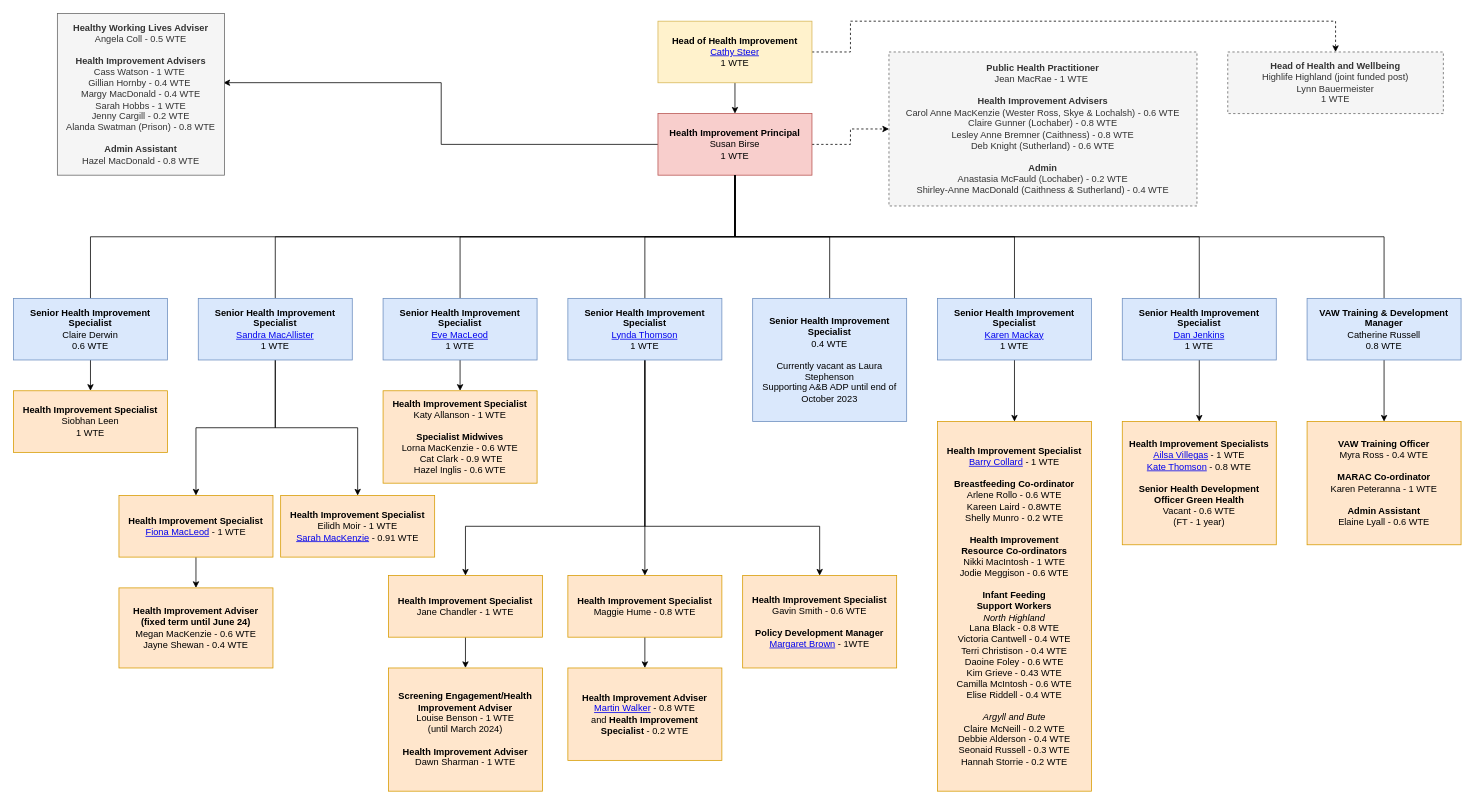
This is Untitled Diagram.drawio from barrycollard/staffOrgChart, a draw.io file, before an edit. Source tidied: cells renumbered, new cells numbered last; positions are measured from the earlier drawing's top-left corner, leaving out a move shared by most shapes. Both pictures are drawn from the tidied source at 77%, with x=0, y=0 at pixel (13, 13).
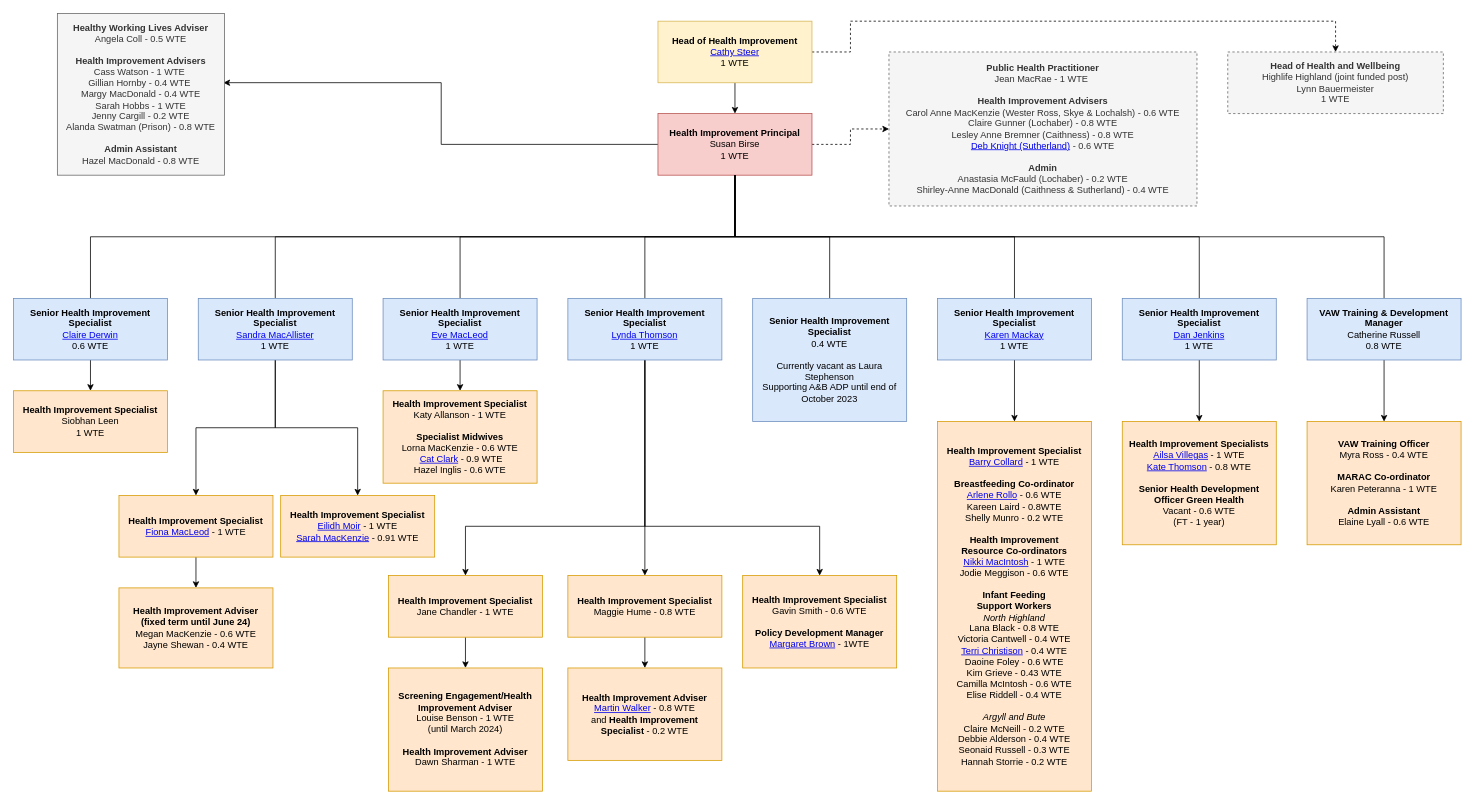
The same page after the edit.

Commit message:
More links added to names

What changed in the source:
```diff
@@
-    <mxCell id="11" value="&lt;div&gt;&lt;b&gt;Senior Health Improvement Specialist&lt;/b&gt;&lt;/div&gt;&lt;div&gt;Claire Derwin&lt;/div&gt;&lt;div&gt;0.6 WTE&lt;/div&gt;" style="rounded=0;whiteSpace=wrap;html=1;fillColor=#dae8fc;strokeColor=#6c8ebf;" parent="1" vertex="1">
+    <mxCell id="11" value="&lt;div&gt;&lt;b&gt;Senior Health Improvement Specialist&lt;/b&gt;&lt;/div&gt;&lt;div&gt;&lt;a href=&quot;https://nhshighland.publichealth.scot.nhs.uk/staff/claire-derwin/&quot;&gt;Claire Derwin&lt;/a&gt;&lt;/div&gt;&lt;div&gt;0.6 WTE&lt;/div&gt;" style="rounded=0;whiteSpace=wrap;html=1;fillColor=#dae8fc;strokeColor=#6c8ebf;" parent="1" vertex="1">
       <mxGeometry y="370" width="200" height="80" as="geometry" />
     </mxCell>
@@
-    <mxCell id="32" value="&lt;div&gt;&lt;b&gt;Health Improvement Specialist&lt;/b&gt;&lt;/div&gt;&lt;div&gt;Katy Allanson - 1 WTE&lt;/div&gt;&lt;div&gt;&lt;br&gt;&lt;/div&gt;&lt;div&gt;&lt;b&gt;Specialist Midwives&lt;/b&gt;&lt;/div&gt;&lt;div&gt;&lt;div&gt;Lorna MacKenzie - 0.6 WTE&lt;/div&gt;&lt;div&gt;&amp;nbsp;Cat Clark - 0.9 WTE&lt;/div&gt;&lt;div&gt;Hazel Inglis - 0.6 WTE&lt;/div&gt;&lt;/div&gt;" style="rounded=0;whiteSpace=wrap;html=1;fillColor=#ffe6cc;strokeColor=#d79b00;" parent="1" vertex="1">
+    <mxCell id="32" value="&lt;div&gt;&lt;b&gt;Health Improvement Specialist&lt;/b&gt;&lt;/div&gt;&lt;div&gt;Katy Allanson - 1 WTE&lt;/div&gt;&lt;div&gt;&lt;br&gt;&lt;/div&gt;&lt;div&gt;&lt;b&gt;Specialist Midwives&lt;/b&gt;&lt;/div&gt;&lt;div&gt;&lt;div&gt;Lorna MacKenzie - 0.6 WTE&lt;/div&gt;&lt;div&gt;&amp;nbsp;&lt;a href=&quot;https://nhshighland.publichealth.scot.nhs.uk/staff/cat-clark/&quot;&gt;Cat Clark&lt;/a&gt; - 0.9 WTE&lt;/div&gt;&lt;div&gt;Hazel Inglis - 0.6 WTE&lt;/div&gt;&lt;/div&gt;" style="rounded=0;whiteSpace=wrap;html=1;fillColor=#ffe6cc;strokeColor=#d79b00;" parent="1" vertex="1">
       <mxGeometry x="480" y="490" width="200" height="120" as="geometry" />
     </mxCell>
@@
-    <mxCell id="35" value="&lt;div&gt;&lt;b&gt;Health Improvement Specialist&lt;/b&gt;&lt;/div&gt;&lt;div&gt;&lt;a href=&quot;https://nhshighland.publichealth.scot.nhs.uk/staff/barry-collard/&quot;&gt;Barry Collard&lt;/a&gt; - 1 WTE&lt;/div&gt;&lt;div&gt;&lt;b&gt;&lt;br&gt;&lt;/b&gt;&lt;/div&gt;&lt;div&gt;&lt;b&gt;Breastfeeding Co-ordinator&lt;/b&gt;&lt;/div&gt;&lt;div&gt;Arlene Rollo - 0.6 WTE&lt;/div&gt;&lt;div&gt;&lt;div&gt;Kareen Laird - 0.8WTE&lt;/div&gt;&lt;div&gt;Shelly Munro - 0.2 WTE&lt;/div&gt;&lt;/div&gt;&lt;div&gt;&lt;b&gt;&lt;br&gt;&lt;/b&gt;&lt;/div&gt;&lt;b&gt;Health Improvement &lt;br&gt;Resource Co-ordinators&lt;/b&gt;&lt;br&gt;&lt;div&gt;Nikki MacIntosh - 1 WTE&lt;/div&gt;&lt;div&gt;Jodie Meggison - 0.6 WTE&lt;/div&gt;&lt;div&gt;&lt;b&gt;&lt;br&gt;&lt;/b&gt;&lt;/div&gt;&lt;div&gt;&lt;b&gt;Infant Feeding&lt;br&gt;Support Workers&lt;/b&gt;&lt;/div&gt;&lt;div&gt;&lt;div style=&quot;&quot;&gt;&lt;i&gt;North Highland&lt;/i&gt;&lt;/div&gt;&lt;div style=&quot;&quot;&gt;Lana Black - 0.8 WTE&lt;/div&gt;&lt;div style=&quot;&quot;&gt;Victoria Cantwell - 0.4 WTE&lt;/div&gt;&lt;div style=&quot;&quot;&gt;Terri Christison - 0.4 WTE&lt;/div&gt;&lt;div style=&quot;&quot;&gt;Daoine Foley - 0.6 WTE&lt;/div&gt;&lt;div style=&quot;&quot;&gt;Kim Grieve - 0.43 WTE&lt;/div&gt;&lt;div style=&quot;&quot;&gt;Camilla McIntosh - 0.6 WTE&lt;/div&gt;&lt;div style=&quot;&quot;&gt;Elise Riddell - 0.4 WTE&lt;/div&gt;&lt;div style=&quot;&quot;&gt;&lt;br&gt;&lt;/div&gt;&lt;div style=&quot;&quot;&gt;&lt;i&gt;Argyll and Bute&lt;/i&gt;&lt;/div&gt;&lt;div style=&quot;&quot;&gt;Claire&amp;nbsp;McNeill&amp;nbsp;- 0.2 WTE&lt;/div&gt;&lt;div style=&quot;&quot;&gt;Debbie Alderson - 0.4 WTE&lt;/div&gt;&lt;div style=&quot;&quot;&gt;Seonaid Russell - 0.3 WTE&lt;/div&gt;&lt;div style=&quot;&quot;&gt;Hannah Storrie - 0.2 WTE&lt;/div&gt;&lt;/div&gt;" style="rounded=0;whiteSpace=wrap;html=1;fillColor=#ffe6cc;strokeColor=#d79b00;" parent="1" vertex="1">
+    <mxCell id="35" value="&lt;div&gt;&lt;b&gt;Health Improvement Specialist&lt;/b&gt;&lt;/div&gt;&lt;div&gt;&lt;a href=&quot;https://nhshighland.publichealth.scot.nhs.uk/staff/barry-collard/&quot;&gt;Barry Collard&lt;/a&gt; - 1 WTE&lt;/div&gt;&lt;div&gt;&lt;b&gt;&lt;br&gt;&lt;/b&gt;&lt;/div&gt;&lt;div&gt;&lt;b&gt;Breastfeeding Co-ordinator&lt;/b&gt;&lt;/div&gt;&lt;div&gt;&lt;a href=&quot;https://nhshighland.publichealth.scot.nhs.uk/staff/arlene-rollo/&quot;&gt;Arlene Rollo&lt;/a&gt; - 0.6 WTE&lt;/div&gt;&lt;div&gt;&lt;div&gt;Kareen Laird - 0.8WTE&lt;/div&gt;&lt;div&gt;Shelly Munro - 0.2 WTE&lt;/div&gt;&lt;/div&gt;&lt;div&gt;&lt;b&gt;&lt;br&gt;&lt;/b&gt;&lt;/div&gt;&lt;b&gt;Health Improvement &lt;br&gt;Resource Co-ordinators&lt;/b&gt;&lt;br&gt;&lt;div&gt;&lt;a href=&quot;https://nhshighland.publichealth.scot.nhs.uk/staff/nicola-mcintosh-2/&quot;&gt;Nikki MacIntosh&lt;/a&gt; - 1 WTE&lt;/div&gt;&lt;div&gt;Jodie Meggison - 0.6 WTE&lt;/div&gt;&lt;div&gt;&lt;b&gt;&lt;br&gt;&lt;/b&gt;&lt;/div&gt;&lt;div&gt;&lt;b&gt;Infant Feeding&lt;br&gt;Support Workers&lt;/b&gt;&lt;/div&gt;&lt;div&gt;&lt;div style=&quot;&quot;&gt;&lt;i&gt;North Highland&lt;/i&gt;&lt;/div&gt;&lt;div style=&quot;&quot;&gt;Lana Black - 0.8 WTE&lt;/div&gt;&lt;div style=&quot;&quot;&gt;Victoria Cantwell - 0.4 WTE&lt;/div&gt;&lt;div style=&quot;&quot;&gt;&lt;a href=&quot;https://nhshighland.publichealth.scot.nhs.uk/staff/terri-christison/&quot;&gt;Terri Christison&lt;/a&gt; - 0.4 WTE&lt;/div&gt;&lt;div style=&quot;&quot;&gt;Daoine Foley - 0.6 WTE&lt;/div&gt;&lt;div style=&quot;&quot;&gt;Kim Grieve - 0.43 WTE&lt;/div&gt;&lt;div style=&quot;&quot;&gt;Camilla McIntosh - 0.6 WTE&lt;/div&gt;&lt;div style=&quot;&quot;&gt;Elise Riddell - 0.4 WTE&lt;/div&gt;&lt;div style=&quot;&quot;&gt;&lt;br&gt;&lt;/div&gt;&lt;div style=&quot;&quot;&gt;&lt;i&gt;Argyll and Bute&lt;/i&gt;&lt;/div&gt;&lt;div style=&quot;&quot;&gt;Claire&amp;nbsp;McNeill&amp;nbsp;- 0.2 WTE&lt;/div&gt;&lt;div style=&quot;&quot;&gt;Debbie Alderson - 0.4 WTE&lt;/div&gt;&lt;div style=&quot;&quot;&gt;Seonaid Russell - 0.3 WTE&lt;/div&gt;&lt;div style=&quot;&quot;&gt;Hannah Storrie - 0.2 WTE&lt;/div&gt;&lt;/div&gt;" style="rounded=0;whiteSpace=wrap;html=1;fillColor=#ffe6cc;strokeColor=#d79b00;" parent="1" vertex="1">
       <mxGeometry x="1200" y="530" width="200" height="480" as="geometry" />
     </mxCell>
@@
-    <mxCell id="50" value="&lt;div&gt;&lt;b&gt;Health Improvement Specialist&lt;/b&gt;&lt;/div&gt;&lt;div&gt;Eilidh Moir - 1 WTE&lt;/div&gt;&lt;div&gt;&lt;a href=&quot;https://nhshighland.publichealth.scot.nhs.uk/staff/sarah-mackenzie/&quot;&gt;Sarah MacKenzie&lt;/a&gt; - 0.91 WTE&lt;/div&gt;" style="rounded=0;whiteSpace=wrap;html=1;fillColor=#ffe6cc;strokeColor=#d79b00;" parent="1" vertex="1">
+    <mxCell id="50" value="&lt;div&gt;&lt;b&gt;Health Improvement Specialist&lt;/b&gt;&lt;/div&gt;&lt;div&gt;&lt;a href=&quot;https://nhshighland.publichealth.scot.nhs.uk/staff/eilidh-moir/&quot;&gt;Eilidh Moir&lt;/a&gt; - 1 WTE&lt;/div&gt;&lt;div&gt;&lt;a href=&quot;https://nhshighland.publichealth.scot.nhs.uk/staff/sarah-mackenzie/&quot;&gt;Sarah MacKenzie&lt;/a&gt; - 0.91 WTE&lt;/div&gt;" style="rounded=0;whiteSpace=wrap;html=1;fillColor=#ffe6cc;strokeColor=#d79b00;" parent="1" vertex="1">
       <mxGeometry x="347" y="626" width="200" height="80" as="geometry" />
     </mxCell>
-    <mxCell id="51" value="&lt;div style=&quot;border-color: var(--border-color);&quot;&gt;&lt;div style=&quot;border-color: var(--border-color);&quot;&gt;&lt;b&gt;Public Health Practitioner&lt;/b&gt;&lt;/div&gt;&lt;div style=&quot;border-color: var(--border-color);&quot;&gt;Jean MacRae - 1 WTE&amp;nbsp;&lt;br&gt;&lt;/div&gt;&lt;div style=&quot;border-color: var(--border-color);&quot;&gt;&lt;br&gt;&lt;/div&gt;&lt;div style=&quot;border-color: var(--border-color);&quot;&gt;&lt;b&gt;Health Improvement Advisers&lt;/b&gt;&lt;/div&gt;&lt;div style=&quot;border-color: var(--border-color);&quot;&gt;Carol Anne MacKenzie (Wester Ross, Skye &amp;amp; Lochalsh) - 0.6 WTE&lt;/div&gt;&lt;div style=&quot;border-color: var(--border-color);&quot;&gt;Claire Gunner (Lochaber) - 0.8 WTE&lt;/div&gt;&lt;div style=&quot;border-color: var(--border-color);&quot;&gt;Lesley Anne Bremner (Caithness) - 0.8 WTE&lt;/div&gt;&lt;div style=&quot;border-color: var(--border-color);&quot;&gt;Deb Knight (Sutherland) - 0.6 WTE&lt;/div&gt;&lt;div style=&quot;border-color: var(--border-color);&quot;&gt;&lt;br&gt;&lt;/div&gt;&lt;div style=&quot;border-color: var(--border-color);&quot;&gt;&lt;b&gt;Admin&lt;/b&gt;&lt;/div&gt;&lt;div style=&quot;border-color: var(--border-color);&quot;&gt;&lt;span style=&quot;background-color: initial;&quot;&gt;Anastasia McFauld (Lochaber) - 0.2 WTE&lt;/span&gt;&lt;br&gt;&lt;/div&gt;&lt;div style=&quot;border-color: var(--border-color);&quot;&gt;Shirley-Anne MacDonald (Caithness &amp;amp; Sutherland) - 0.4 WTE&lt;/div&gt;&lt;/div&gt;" style="rounded=0;whiteSpace=wrap;html=1;dashed=1;fillColor=#f5f5f5;fontColor=#333333;strokeColor=#666666;" parent="1" vertex="1">
+    <mxCell id="51" value="&lt;div style=&quot;border-color: var(--border-color);&quot;&gt;&lt;div style=&quot;border-color: var(--border-color);&quot;&gt;&lt;b&gt;Public Health Practitioner&lt;/b&gt;&lt;/div&gt;&lt;div style=&quot;border-color: var(--border-color);&quot;&gt;Jean MacRae - 1 WTE&amp;nbsp;&lt;br&gt;&lt;/div&gt;&lt;div style=&quot;border-color: var(--border-color);&quot;&gt;&lt;br&gt;&lt;/div&gt;&lt;div style=&quot;border-color: var(--border-color);&quot;&gt;&lt;b&gt;Health Improvement Advisers&lt;/b&gt;&lt;/div&gt;&lt;div style=&quot;border-color: var(--border-color);&quot;&gt;Carol Anne MacKenzie (Wester Ross, Skye &amp;amp; Lochalsh) - 0.6 WTE&lt;/div&gt;&lt;div style=&quot;border-color: var(--border-color);&quot;&gt;Claire Gunner (Lochaber) - 0.8 WTE&lt;/div&gt;&lt;div style=&quot;border-color: var(--border-color);&quot;&gt;Lesley Anne Bremner (Caithness) - 0.8 WTE&lt;/div&gt;&lt;div style=&quot;border-color: var(--border-color);&quot;&gt;&lt;a href=&quot;https://nhshighland.publichealth.scot.nhs.uk/staff/deborah-knight/&quot;&gt;Deb Knight (Sutherland)&lt;/a&gt; - 0.6 WTE&lt;/div&gt;&lt;div style=&quot;border-color: var(--border-color);&quot;&gt;&lt;br&gt;&lt;/div&gt;&lt;div style=&quot;border-color: var(--border-color);&quot;&gt;&lt;b&gt;Admin&lt;/b&gt;&lt;/div&gt;&lt;div style=&quot;border-color: var(--border-color);&quot;&gt;&lt;span style=&quot;background-color: initial;&quot;&gt;Anastasia McFauld (Lochaber) - 0.2 WTE&lt;/span&gt;&lt;br&gt;&lt;/div&gt;&lt;div style=&quot;border-color: var(--border-color);&quot;&gt;Shirley-Anne MacDonald (Caithness &amp;amp; Sutherland) - 0.4 WTE&lt;/div&gt;&lt;/div&gt;" style="rounded=0;whiteSpace=wrap;html=1;dashed=1;fillColor=#f5f5f5;fontColor=#333333;strokeColor=#666666;" parent="1" vertex="1">
       <mxGeometry x="1137" y="50" width="400" height="200" as="geometry" />
     </mxCell>
```
